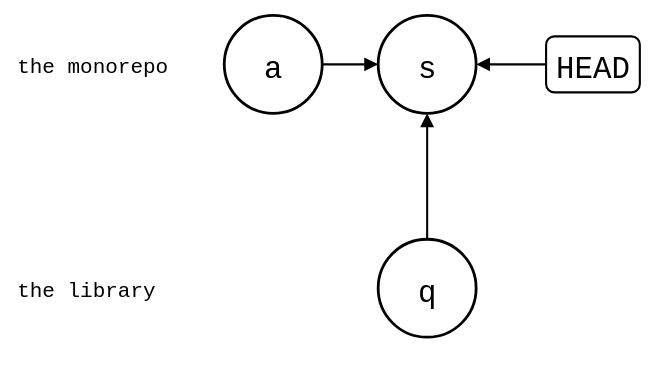
This is static/blog/episodes/git-subtree-squash-add.drawio.svg from roschaefer/roschaefer.de, a draw.io export, as it was before one commit. Source tidied: cells renumbered, new cells last; positions are measured from the earlier drawing's top-left corner, leaving out a move shared by most shapes. The source it was exported from:
```xml
<mxGraphModel background="#ffffff">
  <root>
    <mxCell id="0" />
    <mxCell id="1" parent="0" />
    <mxCell id="2" value="the monorepo" style="text;strokeColor=none;fillColor=none;align=left;verticalAlign=middle;fontSize=15;fontFamily=Roboto Mono,monospace;" parent="1" vertex="1">
      <mxGeometry y="20" width="130" height="30" as="geometry" />
    </mxCell>
    <mxCell id="3" value="the library" style="text;strokeColor=none;fillColor=none;align=left;verticalAlign=middle;fontSize=15;fontFamily=Roboto Mono,monospace;" parent="1" vertex="1">
      <mxGeometry y="180" width="130" height="30" as="geometry" />
    </mxCell>
    <mxCell id="4" value="a" style="ellipse;strokeWidth=2;fontSize=22;fontFamily=Roboto Mono,monospace;" parent="1" vertex="1">
      <mxGeometry x="150" width="70" height="70" as="geometry" />
    </mxCell>
    <mxCell id="5" value="s" style="ellipse;strokeWidth=2;fontSize=22;fontFamily=Roboto Mono,monospace;" parent="1" vertex="1">
      <mxGeometry x="260" width="70" height="70" as="geometry" />
    </mxCell>
    <mxCell id="6" value="q" style="ellipse;strokeWidth=2;fontSize=22;fontFamily=Roboto Mono,monospace;" parent="1" vertex="1">
      <mxGeometry x="260" y="160" width="70" height="70" as="geometry" />
    </mxCell>
    <mxCell id="7" value="HEAD" style="rounded=1;strokeWidth=1.5;fontSize=22;fontFamily=Roboto Mono,monospace;" parent="1" vertex="1">
      <mxGeometry x="380" y="15" width="67" height="40" as="geometry" />
    </mxCell>
    <mxCell id="8" style="endArrow=block;endFill=1;html=1;strokeWidth=1.5;rounded=0;" parent="1" edge="1" source="7" target="5">
      <mxGeometry relative="1" as="geometry" />
    </mxCell>
    <mxCell id="9" style="endArrow=block;endFill=1;html=1;strokeWidth=1.5;rounded=0;" parent="1" edge="1" source="4" target="5">
      <mxGeometry relative="1" as="geometry" />
    </mxCell>
    <mxCell id="10" style="endArrow=block;endFill=1;html=1;strokeWidth=1.5;rounded=0;" parent="1" edge="1" source="6" target="5">
      <mxGeometry relative="1" as="geometry" />
    </mxCell>
  </root>
</mxGraphModel>
```
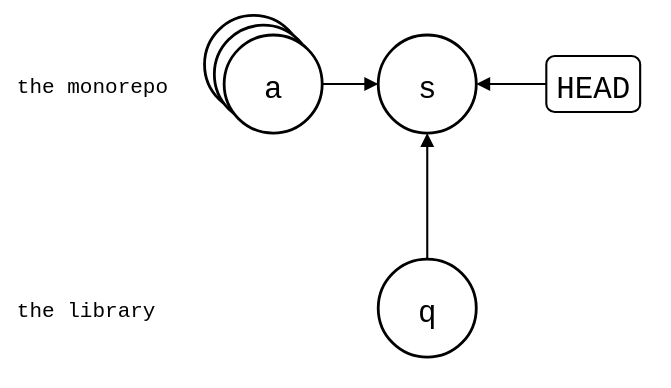
The same diagram one commit later.

Commit message:
chore(blog): rebuild the subtree drawings with a as a stack

The edit, as a diff of the source:
```diff
@@ -8,6 +8,12 @@
     <mxCell id="3" value="the library" style="text;strokeColor=none;fillColor=none;align=left;verticalAlign=middle;fontSize=15;fontFamily=Roboto Mono,monospace;" parent="1" vertex="1">
       <mxGeometry y="180" width="130" height="30" as="geometry" />
     </mxCell>
+    <mxCell id="11" style="shape=ellipse;strokeWidth=2;fontSize=22;fontFamily=Roboto Mono,monospace;" parent="1" vertex="1">
+      <mxGeometry x="136" y="-14" width="70" height="70" as="geometry" />
+    </mxCell>
+    <mxCell id="12" style="shape=ellipse;strokeWidth=2;fontSize=22;fontFamily=Roboto Mono,monospace;" parent="1" vertex="1">
+      <mxGeometry x="143" y="-7" width="70" height="70" as="geometry" />
+    </mxCell>
     <mxCell id="4" value="a" style="ellipse;strokeWidth=2;fontSize=22;fontFamily=Roboto Mono,monospace;" parent="1" vertex="1">
       <mxGeometry x="150" width="70" height="70" as="geometry" />
     </mxCell>
```
